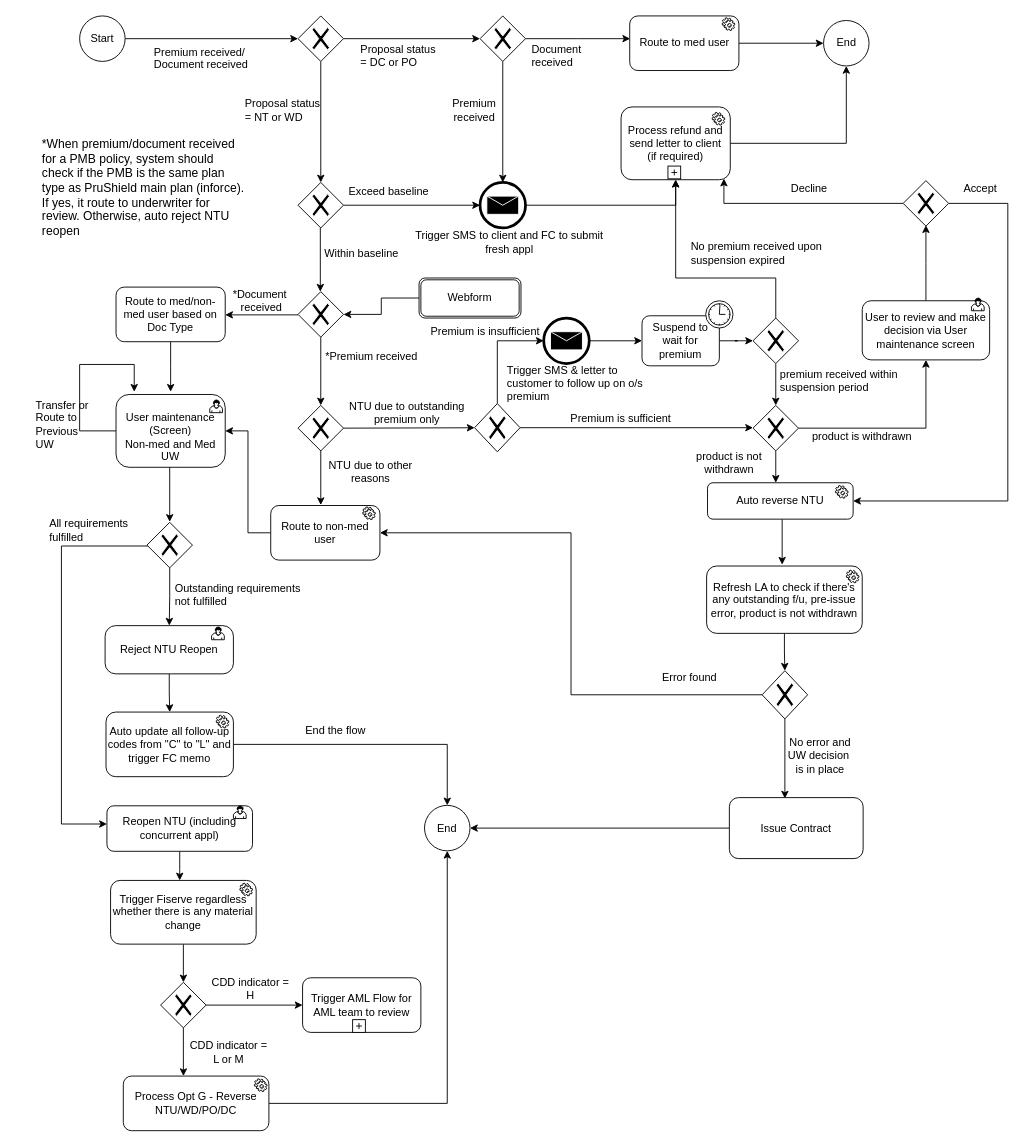
This is page "NTU Reopen" (9 of 11) of HS.drawio from Jefferzonlee/WorkFlow-BPR, a draw.io file, before an edit. Source tidied: cells renumbered, new cells numbered last; positions are measured from the earlier drawing's top-left corner, leaving out a move shared by most shapes. Both pictures are drawn from the tidied source at 91%, with x=0, y=0 at pixel (34, 15).
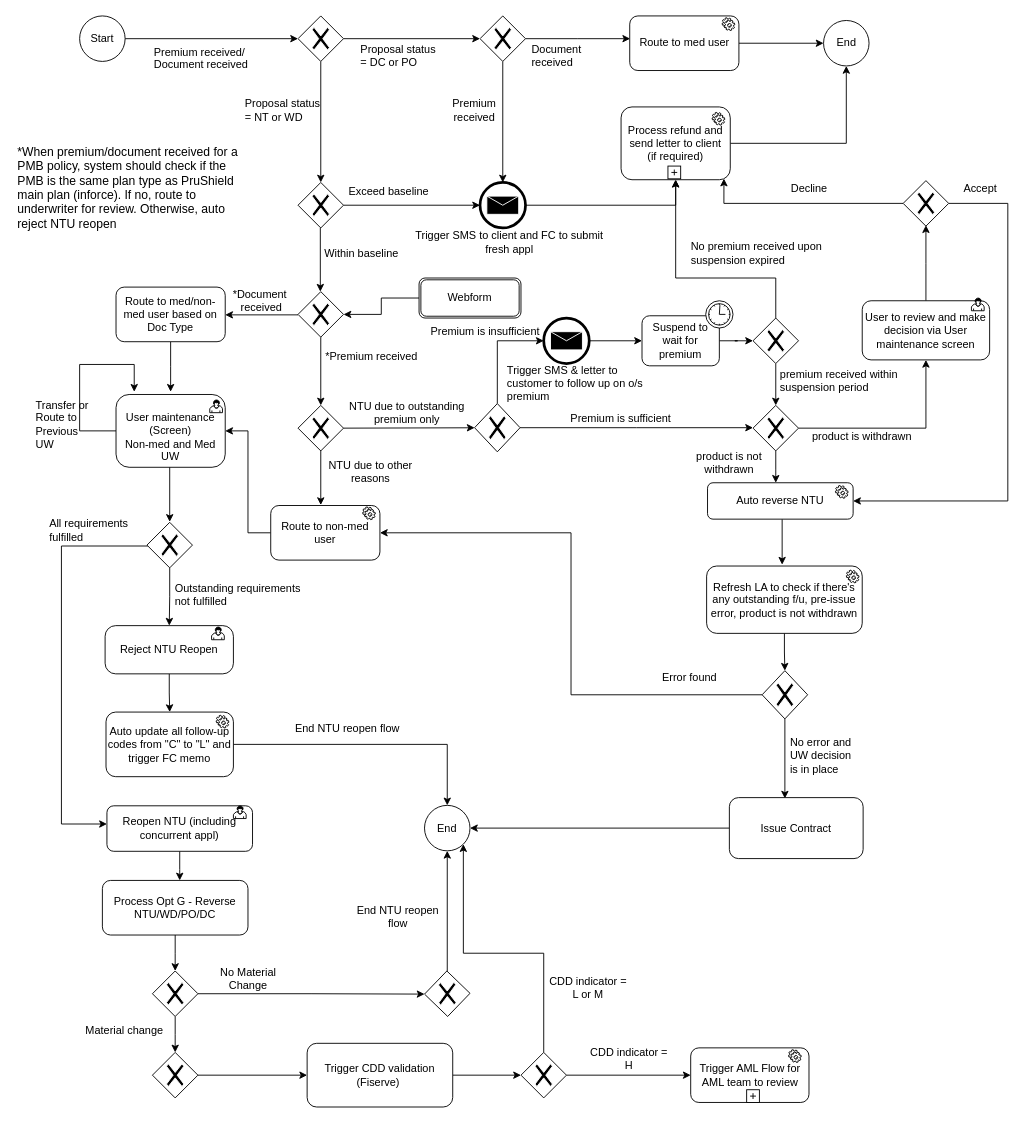
The same diagram, later.

Unchanged cells that the change refers to:
```xml
<mxCell id="68" value="End" style="ellipse;whiteSpace=wrap;html=1;" parent="1" vertex="1">
  <mxGeometry x="429" y="867.5" width="50" height="50" as="geometry" />
</mxCell>
```

The edit, as a diff of the source:
```diff
@@
+    <mxCell id="122" value="Trigger AML Flow for AML team to review" style="rounded=1;whiteSpace=wrap;html=1;" parent="1" vertex="1">
+      <mxGeometry x="721.5" y="1134" width="130" height="60" as="geometry" />
+    </mxCell>
@@
-    <mxCell id="40" value="No error and UW decision&amp;nbsp; is in place" style="text;html=1;strokeColor=none;fillColor=none;align=center;verticalAlign=middle;whiteSpace=wrap;rounded=0;" parent="1" vertex="1">
-      <mxGeometry x="825" y="802.5" width="78" height="20" as="geometry" />
+    <mxCell id="40" value="No error and UW decision&amp;nbsp; is in place" style="text;html=1;strokeColor=none;fillColor=none;align=left;verticalAlign=middle;whiteSpace=wrap;rounded=0;" parent="1" vertex="1">
+      <mxGeometry x="829" y="802.5" width="78" height="20" as="geometry" />
     </mxCell>
@@
-    <mxCell id="88" value="End the flow" style="text;html=1;strokeColor=none;fillColor=none;align=center;verticalAlign=middle;whiteSpace=wrap;rounded=0;" parent="1" vertex="1">
-      <mxGeometry x="253" y="775.5" width="157" height="20" as="geometry" />
+    <mxCell id="88" value="End NTU reopen flow" style="text;html=1;strokeColor=none;fillColor=none;align=center;verticalAlign=middle;whiteSpace=wrap;rounded=0;" parent="1" vertex="1">
+      <mxGeometry x="352.5" y="980" width="94" height="20" as="geometry" />
     </mxCell>
@@
-    <mxCell id="111" value="&lt;span lang=&quot;EN-AU&quot; style=&quot;font-size: 10.0pt ; font-family: &amp;#34;arial&amp;#34; , sans-serif&quot;&gt;*When premium/document received for a PMB policy, system should check if the PMB is the same plan type as PruShield main plan (inforce). If yes, it route to underwriter for review. Otherwise, auto reject NTU reopen&lt;/span&gt;" style="text;html=1;strokeColor=none;fillColor=none;align=left;verticalAlign=middle;whiteSpace=wrap;rounded=0;" parent="1" vertex="1">
-      <mxGeometry x="6.5" y="119" width="225" height="140" as="geometry" />
+    <mxCell id="111" value="&lt;span lang=&quot;EN-AU&quot; style=&quot;font-size: 10.0pt ; font-family: &amp;#34;arial&amp;#34; , sans-serif&quot;&gt;*When premium/document received for a PMB policy, system should check if the PMB is the same plan type as PruShield main plan (inforce). If no, route to underwriter for review. Otherwise, auto reject NTU reopen&lt;/span&gt;" style="text;html=1;strokeColor=none;fillColor=none;align=left;verticalAlign=middle;whiteSpace=wrap;rounded=0;" parent="1" vertex="1">
+      <mxGeometry x="-20" y="119" width="252" height="140" as="geometry" />
     </mxCell>
-    <mxCell id="112" style="edgeStyle=orthogonalEdgeStyle;rounded=0;jettySize=auto;html=1;entryX=0.5;entryY=1;entryDx=0;entryDy=0;" parent="1" edge="1" source="113" target="68">
-      <mxGeometry relative="1" as="geometry" />
-    </mxCell>
+    <mxCell id="125" style="edgeStyle=orthogonalEdgeStyle;rounded=0;jettySize=auto;html=1;" parent="1" edge="1" source="113" target="131">
+      <mxGeometry relative="1" as="geometry" />
+    </mxCell>
     <mxCell id="113" value="Process Opt G - Reverse NTU/WD/PO/DC" style="rounded=1;whiteSpace=wrap;html=1;" parent="1" vertex="1">
-      <mxGeometry x="98" y="1165" width="160" height="60" as="geometry" />
+      <mxGeometry x="75" y="950" width="160" height="60" as="geometry" />
     </mxCell>
-    <mxCell id="114" style="edgeStyle=orthogonalEdgeStyle;rounded=0;jettySize=auto;html=1;entryX=0.5;entryY=0;entryDx=0;entryDy=0;" parent="1" edge="1" source="115" target="118">
-      <mxGeometry relative="1" as="geometry" />
-    </mxCell>
+    <mxCell id="126" style="edgeStyle=orthogonalEdgeStyle;rounded=0;jettySize=auto;html=1;entryX=0;entryY=0.5;entryDx=0;entryDy=0;" parent="1" edge="1" source="115" target="137">
+      <mxGeometry relative="1" as="geometry" />
+    </mxCell>
-    <mxCell id="115" value="Trigger Fiserve regardless whether there is any material change" style="rounded=1;whiteSpace=wrap;html=1;" parent="1" vertex="1">
-      <mxGeometry x="84" y="950" width="160" height="70" as="geometry" />
+    <mxCell id="115" value="Trigger CDD validation (Fiserve)&amp;nbsp;" style="rounded=1;whiteSpace=wrap;html=1;" parent="1" vertex="1">
+      <mxGeometry x="300" y="1129" width="160" height="70" as="geometry" />
     </mxCell>
-    <mxCell id="116" style="edgeStyle=orthogonalEdgeStyle;rounded=0;jettySize=auto;html=1;entryX=0.413;entryY=0;entryDx=0;entryDy=0;entryPerimeter=0;" parent="1" edge="1" source="118" target="113">
-      <mxGeometry relative="1" as="geometry" />
-    </mxCell>
-    <mxCell id="117" style="edgeStyle=orthogonalEdgeStyle;rounded=0;jettySize=auto;html=1;entryX=0;entryY=0.5;entryDx=0;entryDy=0;" parent="1" edge="1" source="118" target="122">
-      <mxGeometry relative="1" as="geometry" />
-    </mxCell>
+    <mxCell id="127" style="edgeStyle=orthogonalEdgeStyle;rounded=0;jettySize=auto;html=1;entryX=0;entryY=0.5;entryDx=0;entryDy=0;" parent="1" edge="1" source="118" target="115">
+      <mxGeometry relative="1" as="geometry" />
+    </mxCell>
     <mxCell id="118" style="shape=mxgraph.bpmn.shape;html=1;verticalLabelPosition=bottom;labelBackgroundColor=#ffffff;verticalAlign=top;align=center;perimeter=rhombusPerimeter;background=gateway;outlineConnect=0;outline=none;symbol=exclusiveGw;" parent="1" vertex="1">
-      <mxGeometry x="139" y="1062" width="50" height="50" as="geometry" />
+      <mxGeometry x="130" y="1139" width="50" height="50" as="geometry" />
     </mxCell>
-    <mxCell id="119" style="shape=mxgraph.bpmn.service_task;html=1;" parent="1" vertex="1">
-      <mxGeometry x="226" y="953" width="14" height="14" as="geometry" />
-    </mxCell>
     <mxCell id="120" style="shape=mxgraph.bpmn.service_task;html=1;" parent="1" vertex="1">
-      <mxGeometry x="242" y="1168" width="14" height="14" as="geometry" />
+      <mxGeometry x="829" y="1136" width="14" height="14" as="geometry" />
     </mxCell>
     <mxCell id="121" value="CDD indicator = L or M" style="text;html=1;strokeColor=none;fillColor=none;align=center;verticalAlign=middle;whiteSpace=wrap;rounded=0;" parent="1" vertex="1">
-      <mxGeometry x="168" y="1128.5" width="92" height="20" as="geometry" />
+      <mxGeometry x="562.5" y="1057.5" width="92" height="20" as="geometry" />
     </mxCell>
-    <mxCell id="122" value="Trigger AML Flow for AML team to review" style="rounded=1;whiteSpace=wrap;html=1;" parent="1" vertex="1">
-      <mxGeometry x="295" y="1057" width="130" height="60" as="geometry" />
-    </mxCell>
     <mxCell id="123" value="CDD indicator = H" style="text;html=1;strokeColor=none;fillColor=none;align=center;verticalAlign=middle;whiteSpace=wrap;rounded=0;" parent="1" vertex="1">
-      <mxGeometry x="192" y="1059" width="92" height="20" as="geometry" />
+      <mxGeometry x="607.5" y="1136" width="92" height="20" as="geometry" />
     </mxCell>
     <mxCell id="124" style="shape=plus;html=1;fillColor=#FFFFFF;" parent="1" vertex="1">
-      <mxGeometry x="350" y="1103" width="14" height="14" as="geometry" />
+      <mxGeometry x="783" y="1180" width="14" height="14" as="geometry" />
     </mxCell>
+    <mxCell id="128" value="Material change" style="text;html=1;strokeColor=none;fillColor=none;align=center;verticalAlign=middle;whiteSpace=wrap;rounded=0;" parent="1" vertex="1">
+      <mxGeometry x="49.5" y="1105" width="99" height="20" as="geometry" />
+    </mxCell>
+    <mxCell id="129" style="edgeStyle=orthogonalEdgeStyle;rounded=0;jettySize=auto;html=1;entryX=0.5;entryY=0;entryDx=0;entryDy=0;" parent="1" edge="1" source="131" target="118">
+      <mxGeometry relative="1" as="geometry" />
+    </mxCell>
+    <mxCell id="130" style="edgeStyle=orthogonalEdgeStyle;rounded=0;jettySize=auto;html=1;entryX=0;entryY=0.5;entryDx=0;entryDy=0;" parent="1" edge="1" source="131" target="134">
+      <mxGeometry relative="1" as="geometry" />
+    </mxCell>
+    <mxCell id="131" style="shape=mxgraph.bpmn.shape;html=1;verticalLabelPosition=bottom;labelBackgroundColor=#ffffff;verticalAlign=top;align=center;perimeter=rhombusPerimeter;background=gateway;outlineConnect=0;outline=none;symbol=exclusiveGw;" parent="1" vertex="1">
+      <mxGeometry x="130" y="1049.5" width="50" height="50" as="geometry" />
+    </mxCell>
+    <mxCell id="132" value="No Material Change" style="text;html=1;strokeColor=none;fillColor=none;align=center;verticalAlign=middle;whiteSpace=wrap;rounded=0;" parent="1" vertex="1">
+      <mxGeometry x="185.5" y="1047.5" width="99" height="20" as="geometry" />
+    </mxCell>
+    <mxCell id="133" style="edgeStyle=orthogonalEdgeStyle;rounded=0;jettySize=auto;html=1;entryX=0.5;entryY=1;entryDx=0;entryDy=0;" parent="1" edge="1" source="134" target="68">
+      <mxGeometry relative="1" as="geometry" />
+    </mxCell>
+    <mxCell id="134" style="shape=mxgraph.bpmn.shape;html=1;verticalLabelPosition=bottom;labelBackgroundColor=#ffffff;verticalAlign=top;align=center;perimeter=rhombusPerimeter;background=gateway;outlineConnect=0;outline=none;symbol=exclusiveGw;rotation=-1;" parent="1" vertex="1">
+      <mxGeometry x="429" y="1049.5" width="50" height="50" as="geometry" />
+    </mxCell>
+    <mxCell id="135" style="edgeStyle=orthogonalEdgeStyle;rounded=0;jettySize=auto;html=1;entryX=0;entryY=0.5;entryDx=0;entryDy=0;" parent="1" edge="1" source="137" target="122">
+      <mxGeometry relative="1" as="geometry" />
+    </mxCell>
+    <mxCell id="136" style="edgeStyle=orthogonalEdgeStyle;rounded=0;jettySize=auto;html=1;entryX=1;entryY=1;entryDx=0;entryDy=0;" parent="1" edge="1" source="137" target="68">
+      <mxGeometry relative="1" as="geometry">
+        <Array as="points">
+          <mxPoint x="560" y="1030" />
+          <mxPoint x="472" y="1030" />
+        </Array>
+      </mxGeometry>
+    </mxCell>
+    <mxCell id="137" style="shape=mxgraph.bpmn.shape;html=1;verticalLabelPosition=bottom;labelBackgroundColor=#ffffff;verticalAlign=top;align=center;perimeter=rhombusPerimeter;background=gateway;outlineConnect=0;outline=none;symbol=exclusiveGw;" parent="1" vertex="1">
+      <mxGeometry x="535" y="1139" width="50" height="50" as="geometry" />
+    </mxCell>
+    <mxCell id="138" value="End NTU reopen flow" style="text;html=1;strokeColor=none;fillColor=none;align=center;verticalAlign=middle;whiteSpace=wrap;rounded=0;" parent="1" vertex="1">
+      <mxGeometry x="266" y="772.5" width="157" height="20" as="geometry" />
+    </mxCell>
```
